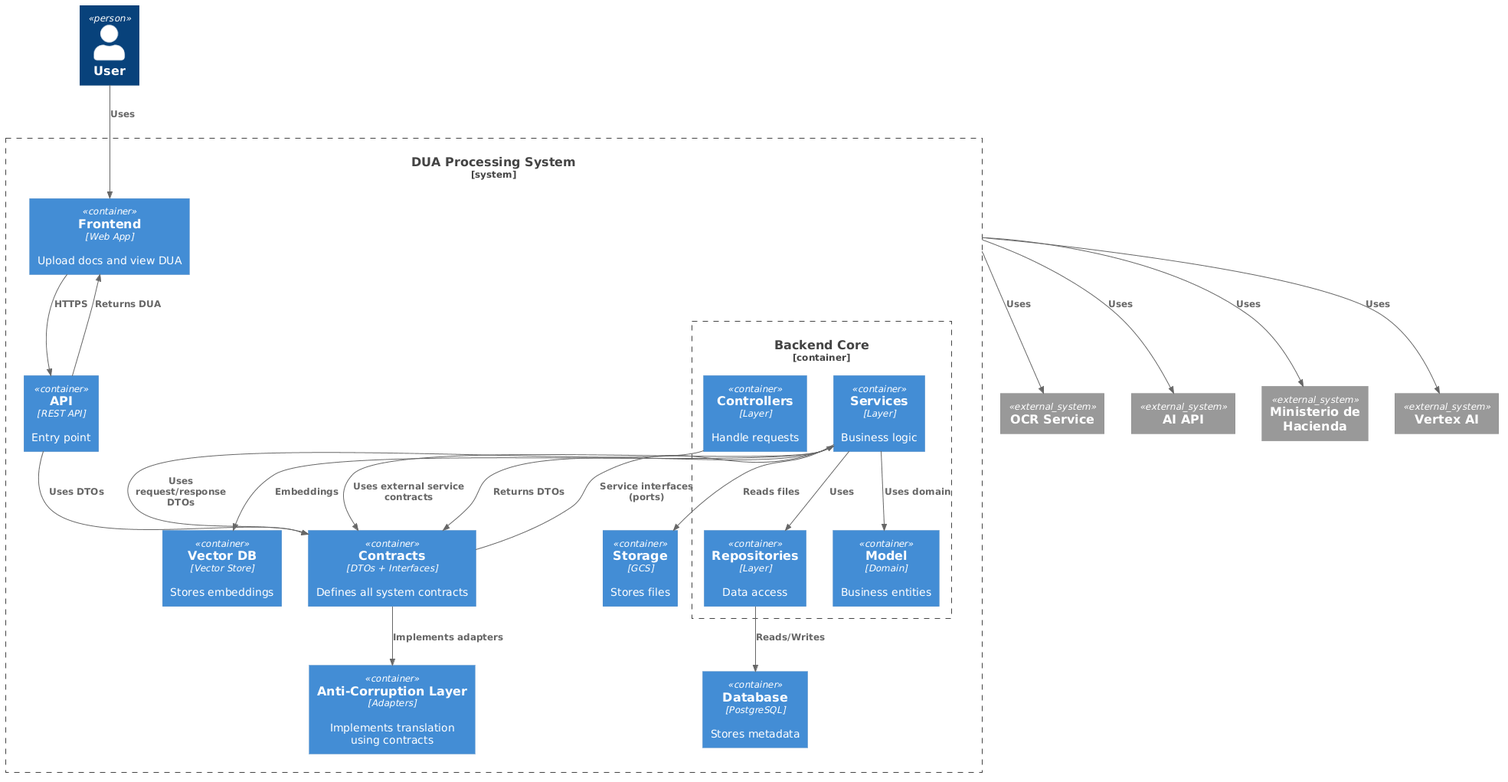
Above: Images/container_diagram.png in chris124v/DUA_StreamLiner (PlantUML), before the change.
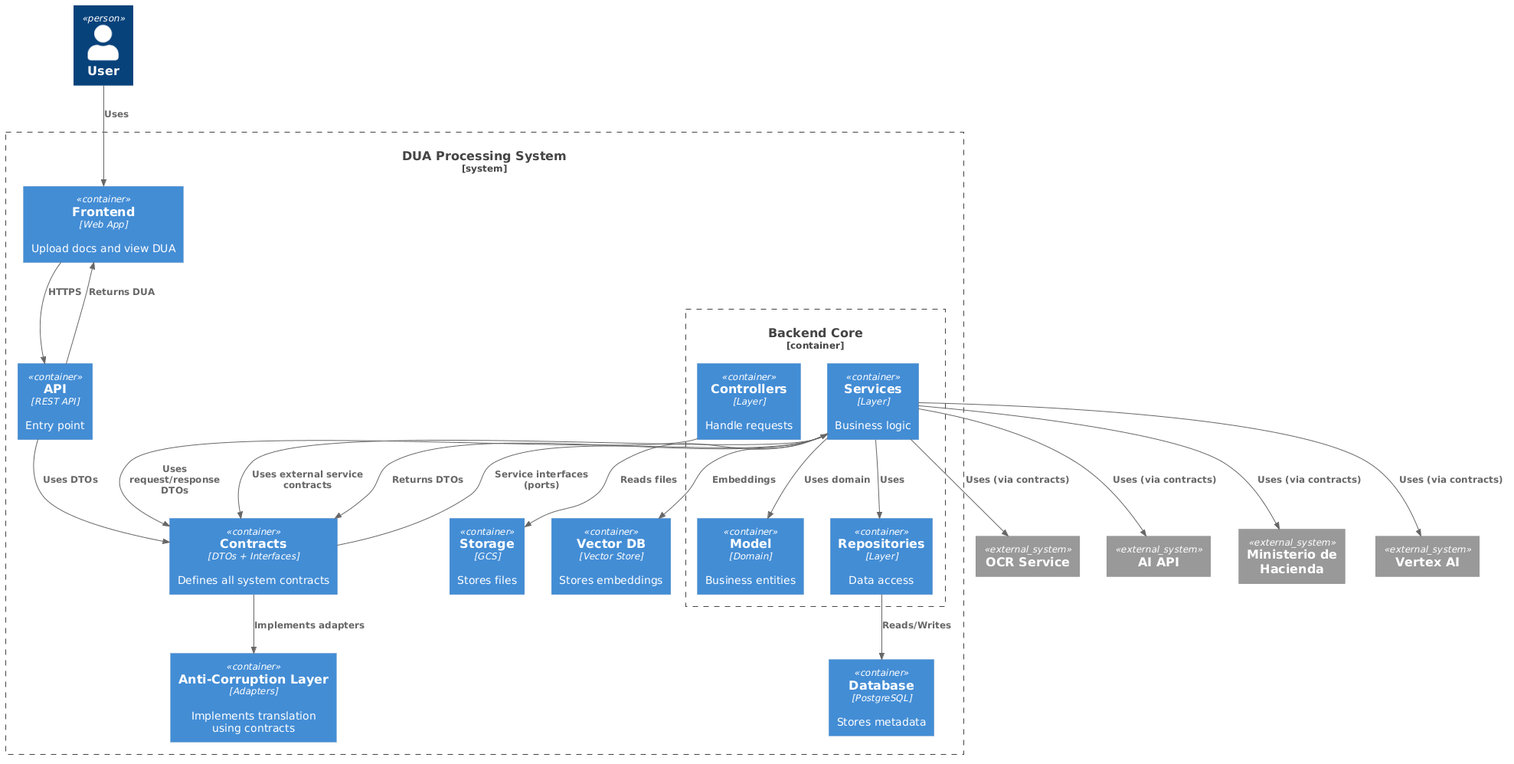
The same diagram one commit later.

What changed in the source:
```diff
@@ -53,11 +53,10 @@
 Rel(services, contracts, "Uses external service contracts")
 Rel(contracts, acl, "Implements adapters")
 
-
-Rel(system, vertex_ai, "Uses")
-Rel(system, ocr_service, "Uses")
-Rel(system, ai_api, "Uses")
-Rel(system, min_hacienda, "Uses")
+Rel(services, vertex_ai, "Uses (via contracts)")
+Rel(services, ocr_service, "Uses (via contracts)")
+Rel(services, ai_api, "Uses (via contracts)")
+Rel(services, min_hacienda, "Uses (via contracts)")
 
 Rel(services, contracts, "Returns DTOs")
 Rel(api, ui, "Returns DUA")
```
